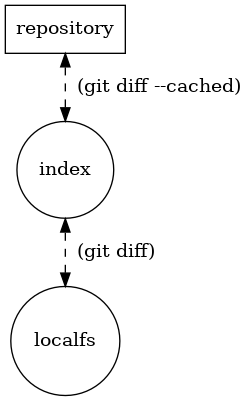
The Graphviz diagram img/diffs.png in AaronDMarasco/git4svn, before a commit. Its source is kept beside it as src/diffs.gv.
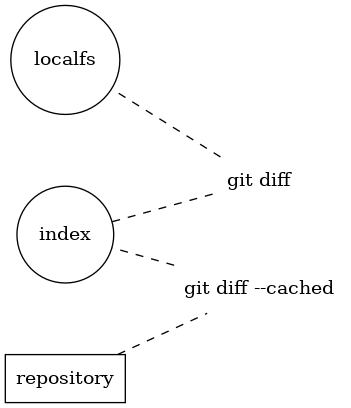
The same file after the commit.

Diff of the diagram source:
```diff
@@ -1,7 +1,15 @@
 digraph "diffs" {
-  rankdir=BT;
-  node [shape = polygon, size = 5]; repository
-  node [shape = circle];
-  localfs -> index [label="  (git diff)", dir=both, style=dashed]
-  index -> repository [label="  (git diff --cached)", dir=both, style=dashed]
+  rankdir=LR;
+  node [shape = polygon]; repository
+  node [shape = circle]; index; localfs
+  node [shape = none];
+  gd [label="git diff"]
+  index -> gd [style=dashed, arrowhead=none]
+  gd -> localfs [style=dashed, arrowhead=none]
+  gdc [label = "git diff --cached"]
+  repository -> gdc [style=dashed, arrowhead=none]
+  gdc -> index [style=dashed, arrowhead=none]
+  localfs -> index [style=invisible, arrowhead=none, minlen=3]
+  index -> repository [style=invisible, arrowhead=none, minlen=3]
+  {rank=same; repository; index; localfs}
 }
```
